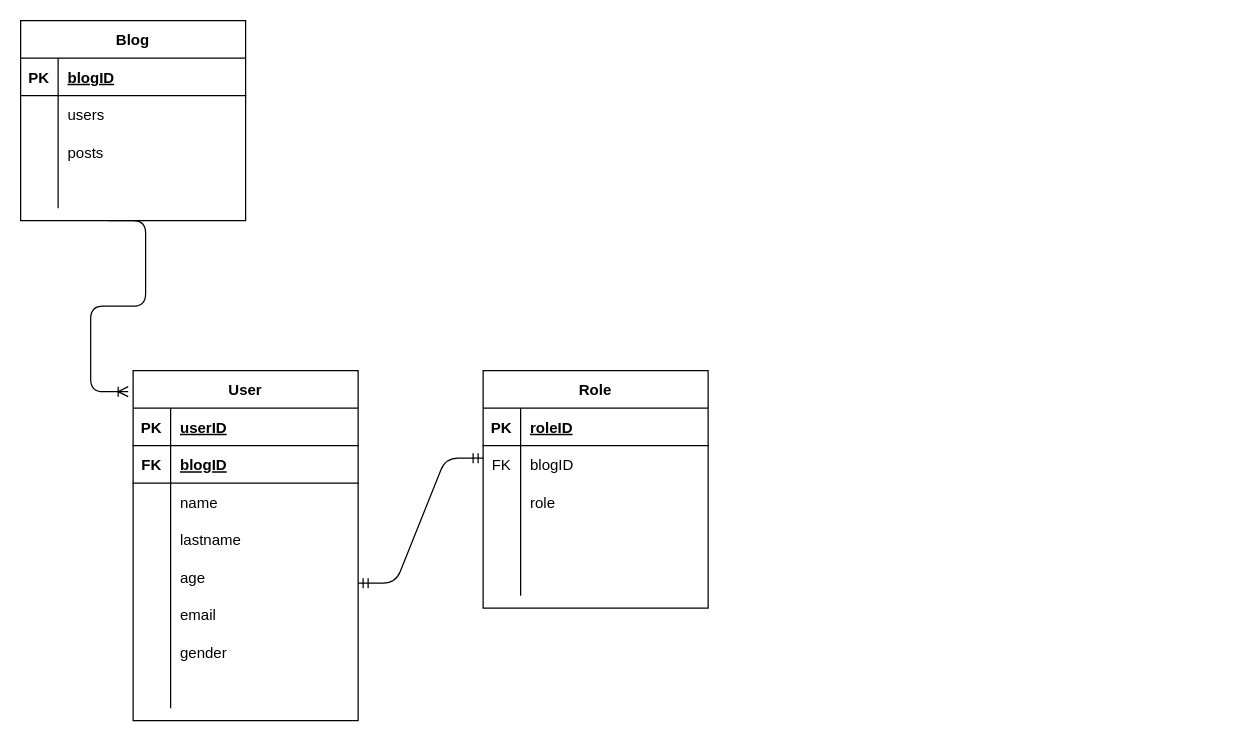
AndreaIglio/php-oop-2 keeps this draw.io diagram as diagram.drawio. Above is the earlier version. Source tidied: cells renumbered, new cells numbered last; positions are measured from the earlier drawing's top-left corner, leaving out a move shared by most shapes. Both pictures are drawn from the tidied source at 125%, with x=0, y=0 at pixel (20, 20).
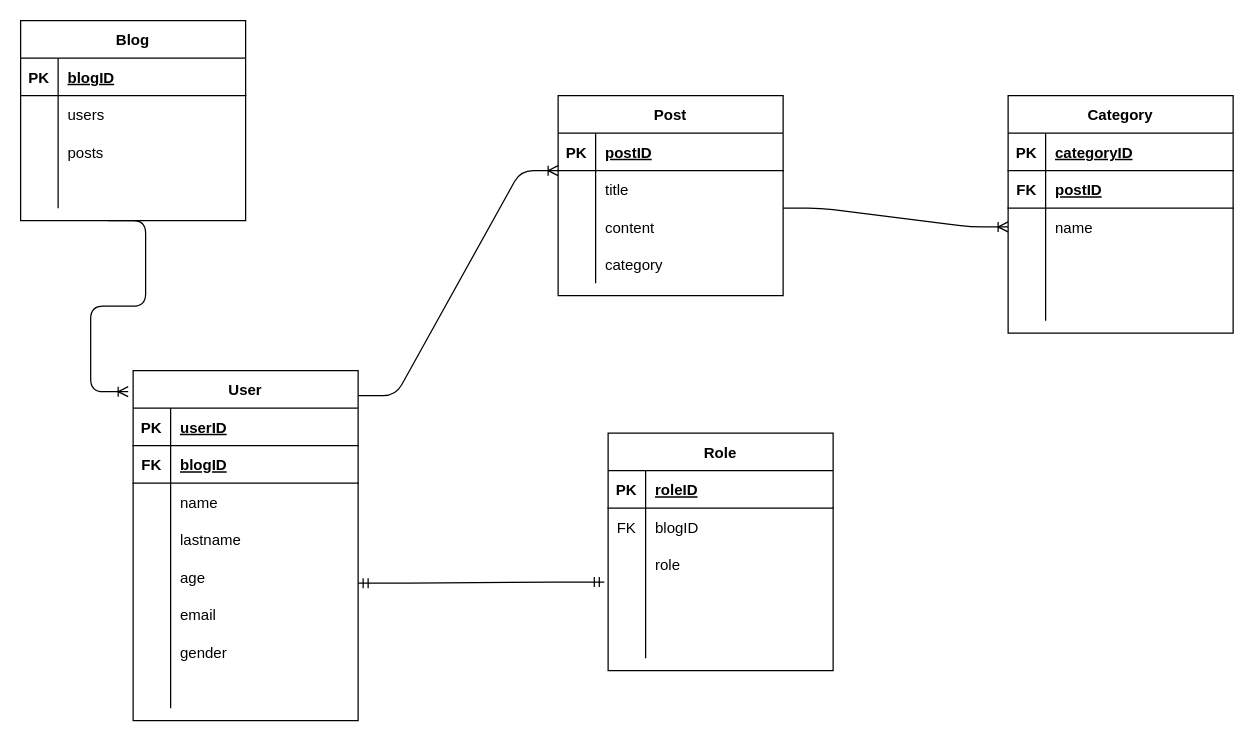
The same diagram, later.

The change refers to these unchanged cells:
```xml
<mxCell id="51" style="shape=partialRectangle;fillColor=none;top=0;left=0;bottom=0;right=0;points=[[0,0.5],[1,0.5]];portConstraint=eastwest;" parent="41" vertex="1">
  <mxGeometry y="120" width="180" height="30" as="geometry" />
</mxCell>
```

What changed in the source:
```diff
@@
     <mxCell id="41" value="Role" style="shape=table;startSize=30;childLayout=tableLayout;rowLines=0;fontStyle=1;align=center;" parent="1" vertex="1">
-      <mxGeometry x="370" y="280" width="180" height="190" as="geometry" />
+      <mxGeometry x="470" y="330" width="180" height="190" as="geometry" />
     </mxCell>
@@
-    <mxCell id="57" style="edgeStyle=entityRelationEdgeStyle;fontSize=12;html=1;endArrow=ERmandOne;startArrow=ERmandOne;" parent="1" edge="1">
+    <mxCell id="57" style="edgeStyle=entityRelationEdgeStyle;fontSize=12;html=1;endArrow=ERmandOne;startArrow=ERmandOne;entryX=-0.017;entryY=-0.027;entryDx=0;entryDy=0;entryPerimeter=0;" parent="1" edge="1" target="51">
       <mxGeometry relative="1" as="geometry">
         <mxPoint x="270" y="450" as="sourcePoint" />
-        <mxPoint x="370" y="350" as="targetPoint" />
       </mxGeometry>
     </mxCell>
+    <mxCell id="58" value="Post" style="shape=table;startSize=30;childLayout=tableLayout;rowLines=0;fontStyle=1;align=center;" parent="1" vertex="1">
+      <mxGeometry x="430" y="60" width="180" height="160" as="geometry" />
+    </mxCell>
+    <mxCell id="59" style="shape=partialRectangle;fillColor=none;top=0;left=0;bottom=1;right=0;" parent="58" vertex="1">
+      <mxGeometry y="30" width="180" height="30" as="geometry" />
+    </mxCell>
+    <mxCell id="60" value="PK" style="shape=partialRectangle;fillColor=none;top=0;left=0;bottom=0;right=0;fontStyle=1;overflow=hidden;" parent="59" vertex="1">
+      <mxGeometry width="30" height="30" as="geometry" />
+    </mxCell>
+    <mxCell id="61" value="postID" style="shape=partialRectangle;fillColor=none;top=0;left=0;bottom=0;right=0;align=left;spacingLeft=6;fontStyle=5;overflow=hidden;" parent="59" vertex="1">
+      <mxGeometry x="30" width="150" height="30" as="geometry" />
+    </mxCell>
+    <mxCell id="62" style="shape=partialRectangle;fillColor=none;top=0;left=0;bottom=0;right=0;points=[[0,0.5],[1,0.5]];portConstraint=eastwest;" parent="58" vertex="1">
+      <mxGeometry y="60" width="180" height="30" as="geometry" />
+    </mxCell>
+    <mxCell id="63" style="shape=partialRectangle;fillColor=none;top=0;left=0;bottom=0;right=0;overflow=hidden;" parent="62" vertex="1">
+      <mxGeometry width="30" height="30" as="geometry" />
+    </mxCell>
+    <mxCell id="64" value="title" style="shape=partialRectangle;fillColor=none;top=0;left=0;bottom=0;right=0;align=left;spacingLeft=6;overflow=hidden;" parent="62" vertex="1">
+      <mxGeometry x="30" width="150" height="30" as="geometry" />
+    </mxCell>
+    <mxCell id="65" style="shape=partialRectangle;fillColor=none;top=0;left=0;bottom=0;right=0;" parent="58" vertex="1">
+      <mxGeometry y="90" width="180" height="30" as="geometry" />
+    </mxCell>
+    <mxCell id="66" style="shape=partialRectangle;fillColor=none;top=0;left=0;bottom=0;right=0;overflow=hidden;" parent="65" vertex="1">
+      <mxGeometry width="30" height="30" as="geometry" />
+    </mxCell>
+    <mxCell id="67" value="content" style="shape=partialRectangle;fillColor=none;top=0;left=0;bottom=0;right=0;align=left;spacingLeft=6;overflow=hidden;" parent="65" vertex="1">
+      <mxGeometry x="30" width="150" height="30" as="geometry" />
+    </mxCell>
+    <mxCell id="68" style="shape=partialRectangle;fillColor=none;top=0;left=0;bottom=0;right=0;" parent="58" vertex="1">
+      <mxGeometry y="120" width="180" height="30" as="geometry" />
+    </mxCell>
+    <mxCell id="69" style="shape=partialRectangle;fillColor=none;top=0;left=0;bottom=0;right=0;overflow=hidden;" parent="68" vertex="1">
+      <mxGeometry width="30" height="30" as="geometry" />
+    </mxCell>
+    <mxCell id="70" value="category" style="shape=partialRectangle;fillColor=none;top=0;left=0;bottom=0;right=0;align=left;spacingLeft=6;overflow=hidden;" parent="68" vertex="1">
+      <mxGeometry x="30" width="150" height="30" as="geometry" />
+    </mxCell>
+    <mxCell id="71" style="edgeStyle=entityRelationEdgeStyle;fontSize=12;html=1;endArrow=ERoneToMany;entryX=0;entryY=0;entryDx=0;entryDy=0;entryPerimeter=0;" parent="1" edge="1" target="62">
+      <mxGeometry relative="1" as="geometry">
+        <mxPoint x="270" y="300" as="sourcePoint" />
+      </mxGeometry>
+    </mxCell>
+    <mxCell id="72" value="Category" style="shape=table;startSize=30;childLayout=tableLayout;rowLines=0;fontStyle=1;align=center;" parent="1" vertex="1">
+      <mxGeometry x="790" y="60" width="180" height="190" as="geometry" />
+    </mxCell>
+    <mxCell id="73" style="shape=partialRectangle;fillColor=none;top=0;left=0;bottom=1;right=0;" parent="72" vertex="1">
+      <mxGeometry y="30" width="180" height="30" as="geometry" />
+    </mxCell>
+    <mxCell id="74" value="PK" style="shape=partialRectangle;fillColor=none;top=0;left=0;bottom=0;right=0;fontStyle=1;overflow=hidden;" parent="73" vertex="1">
+      <mxGeometry width="30" height="30" as="geometry" />
+    </mxCell>
+    <mxCell id="75" value="categoryID" style="shape=partialRectangle;fillColor=none;top=0;left=0;bottom=0;right=0;align=left;spacingLeft=6;fontStyle=5;overflow=hidden;" parent="73" vertex="1">
+      <mxGeometry x="30" width="150" height="30" as="geometry" />
+    </mxCell>
+    <mxCell id="76" style="shape=partialRectangle;fillColor=none;top=0;left=0;bottom=1;right=0;" parent="72" vertex="1">
+      <mxGeometry y="60" width="180" height="30" as="geometry" />
+    </mxCell>
+    <mxCell id="77" value="FK" style="shape=partialRectangle;fillColor=none;top=0;left=0;bottom=0;right=0;fontStyle=1;overflow=hidden;" parent="76" vertex="1">
+      <mxGeometry width="30" height="30" as="geometry" />
+    </mxCell>
+    <mxCell id="78" value="postID" style="shape=partialRectangle;fillColor=none;top=0;left=0;bottom=0;right=0;align=left;spacingLeft=6;fontStyle=5;overflow=hidden;" parent="76" vertex="1">
+      <mxGeometry x="30" width="150" height="30" as="geometry" />
+    </mxCell>
+    <mxCell id="79" style="shape=partialRectangle;fillColor=none;top=0;left=0;bottom=0;right=0;points=[[0,0.5],[1,0.5]];portConstraint=eastwest;" parent="72" vertex="1">
+      <mxGeometry y="90" width="180" height="30" as="geometry" />
+    </mxCell>
+    <mxCell id="80" style="shape=partialRectangle;fillColor=none;top=0;left=0;bottom=0;right=0;overflow=hidden;" parent="79" vertex="1">
+      <mxGeometry width="30" height="30" as="geometry" />
+    </mxCell>
+    <mxCell id="81" value="name" style="shape=partialRectangle;fillColor=none;top=0;left=0;bottom=0;right=0;align=left;spacingLeft=6;overflow=hidden;" parent="79" vertex="1">
+      <mxGeometry x="30" width="150" height="30" as="geometry" />
+    </mxCell>
+    <mxCell id="82" style="shape=partialRectangle;fillColor=none;top=0;left=0;bottom=0;right=0;" parent="72" vertex="1">
+      <mxGeometry y="120" width="180" height="30" as="geometry" />
+    </mxCell>
+    <mxCell id="83" style="shape=partialRectangle;fillColor=none;top=0;left=0;bottom=0;right=0;overflow=hidden;" parent="82" vertex="1">
+      <mxGeometry width="30" height="30" as="geometry" />
+    </mxCell>
+    <mxCell id="84" style="shape=partialRectangle;fillColor=none;top=0;left=0;bottom=0;right=0;align=left;spacingLeft=6;overflow=hidden;" parent="82" vertex="1">
+      <mxGeometry x="30" width="150" height="30" as="geometry" />
+    </mxCell>
+    <mxCell id="85" style="shape=partialRectangle;fillColor=none;top=0;left=0;bottom=0;right=0;" parent="72" vertex="1">
+      <mxGeometry y="150" width="180" height="30" as="geometry" />
+    </mxCell>
+    <mxCell id="86" style="shape=partialRectangle;fillColor=none;top=0;left=0;bottom=0;right=0;overflow=hidden;" parent="85" vertex="1">
+      <mxGeometry width="30" height="30" as="geometry" />
+    </mxCell>
+    <mxCell id="87" style="shape=partialRectangle;fillColor=none;top=0;left=0;bottom=0;right=0;align=left;spacingLeft=6;overflow=hidden;" parent="85" vertex="1">
+      <mxGeometry x="30" width="150" height="30" as="geometry" />
+    </mxCell>
+    <mxCell id="88" style="edgeStyle=entityRelationEdgeStyle;fontSize=12;html=1;endArrow=ERoneToMany;entryX=0;entryY=0.5;entryDx=0;entryDy=0;" parent="1" edge="1" target="79">
+      <mxGeometry relative="1" as="geometry">
+        <mxPoint x="610" y="150" as="sourcePoint" />
+      </mxGeometry>
+    </mxCell>
```
